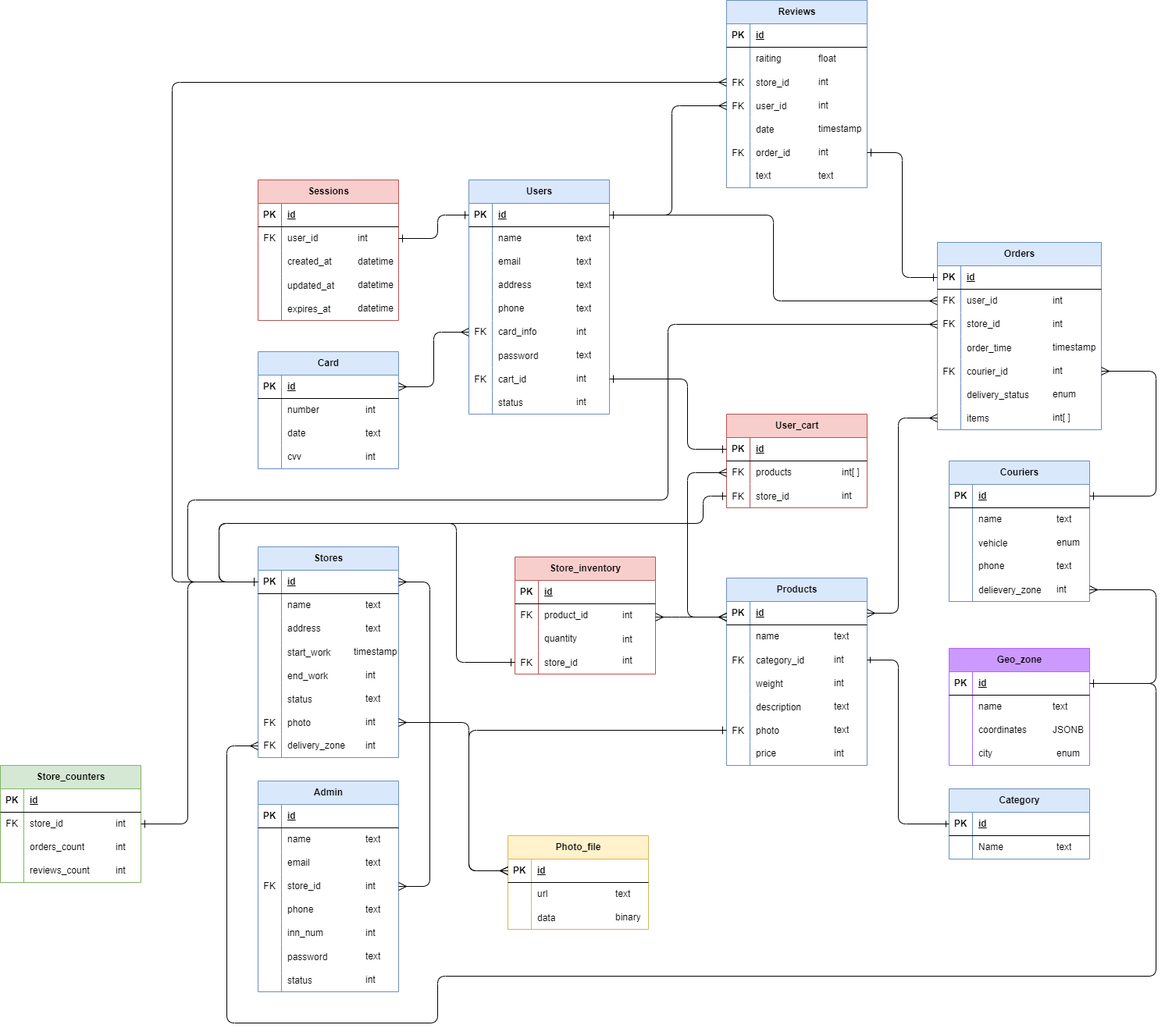
The draw.io diagram Логическая БД DZ5.png in Tovardas/TP_Highload_YandexEda, before a commit. Source tidied: cells renumbered, new cells last; positions are measured from the earlier drawing's top-left corner, leaving out a move shared by most shapes.
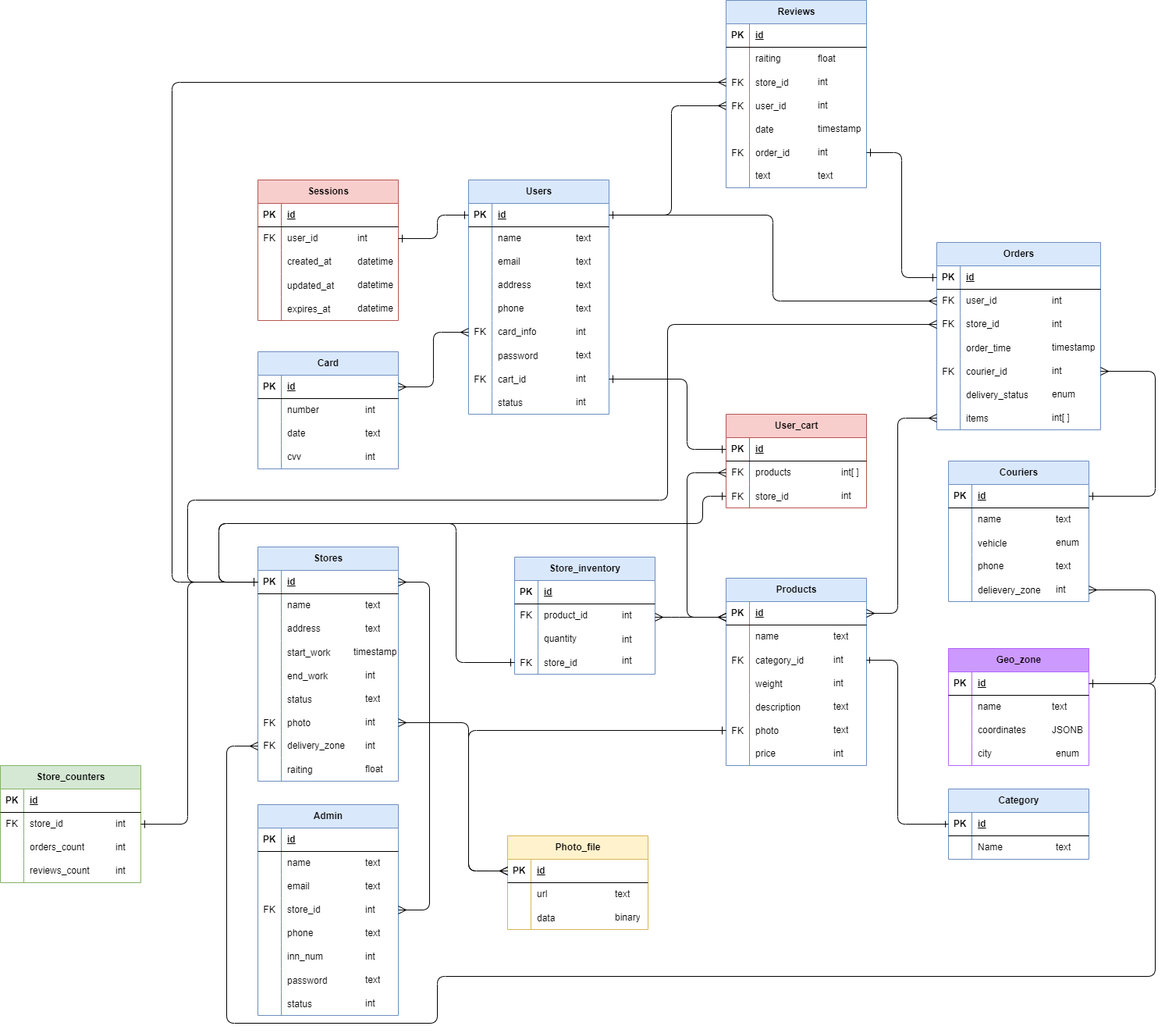
Later version of the same file.

Diff of the diagram source:
```diff
@@ -87,7 +87,7 @@
       <mxGeometry x="30" width="150" height="30" as="geometry" />
     </mxCell>
     <mxCell id="30" value="Stores" style="shape=table;startSize=30;rowLines=0;fontStyle=1;align=center;html=1;fillColor=#dae8fc;strokeColor=#6c8ebf;" parent="1" vertex="1">
-      <mxGeometry x="330" y="700" width="180" height="270" as="geometry" />
+      <mxGeometry x="330" y="700" width="180" height="300" as="geometry" />
     </mxCell>
     <mxCell id="31" style="shape=tableRow;horizontal=0;startSize=0;swimlaneHead=0;swimlaneBody=0;fillColor=none;points=[[0,0.5],[1,0.5]];portConstraint=eastwest;top=0;left=0;right=0;bottom=1;" parent="30" vertex="1">
       <mxGeometry y="30" width="180" height="30" as="geometry" />
@@ -161,6 +161,15 @@
     <mxCell id="54" value="delivery_zone" style="shape=partialRectangle;fillColor=none;top=0;left=0;bottom=0;right=0;align=left;spacingLeft=6;fontStyle=0;overflow=hidden;whiteSpace=wrap;html=1;" parent="52" vertex="1">
       <mxGeometry x="30" width="150" height="30" as="geometry" />
     </mxCell>
+    <mxCell id="343" style="shape=tableRow;horizontal=0;startSize=0;swimlaneHead=0;swimlaneBody=0;fillColor=none;top=0;left=0;right=0;bottom=0;" parent="30" vertex="1">
+      <mxGeometry y="270" width="180" height="30" as="geometry" />
+    </mxCell>
+    <mxCell id="344" style="shape=partialRectangle;fillColor=none;top=0;left=0;bottom=0;right=0;overflow=hidden;" parent="343" vertex="1">
+      <mxGeometry width="30" height="30" as="geometry" />
+    </mxCell>
+    <mxCell id="345" value="raiting" style="shape=partialRectangle;fillColor=none;top=0;left=0;bottom=0;right=0;align=left;spacingLeft=6;overflow=hidden;" parent="343" vertex="1">
+      <mxGeometry x="30" width="150" height="30" as="geometry" />
+    </mxCell>
     <mxCell id="55" value="Products" style="shape=table;startSize=30;rowLines=0;fontStyle=1;align=center;html=1;fillColor=#dae8fc;strokeColor=#6c8ebf;" parent="1" vertex="1">
       <mxGeometry x="930" y="740" width="180" height="240" as="geometry" />
     </mxCell>
@@ -407,7 +416,7 @@
     <mxCell id="136" value="text" style="shape=partialRectangle;fillColor=none;top=0;left=0;bottom=0;right=0;align=left;spacingLeft=6;overflow=hidden;whiteSpace=wrap;html=1;" parent="134" vertex="1">
       <mxGeometry x="30" width="150" height="30" as="geometry" />
     </mxCell>
-    <mxCell id="137" value="Store_inventory" style="shape=table;startSize=30;rowLines=0;fontStyle=1;align=center;html=1;fillColor=#f8cecc;strokeColor=#b85450;" parent="1" vertex="1">
+    <mxCell id="137" value="Store_inventory" style="shape=table;startSize=30;rowLines=0;fontStyle=1;align=center;html=1;fillColor=#dae8fc;strokeColor=#6c8ebf;" parent="1" vertex="1">
       <mxGeometry x="659" y="713" width="180" height="150" as="geometry" />
     </mxCell>
     <mxCell id="138" style="shape=tableRow;horizontal=0;startSize=0;swimlaneHead=0;swimlaneBody=0;fillColor=none;top=0;left=0;right=0;bottom=1;" parent="137" vertex="1">
@@ -641,7 +650,7 @@
       </mxGeometry>
     </mxCell>
     <mxCell id="201" value="Admin" style="shape=table;startSize=30;rowLines=0;fontStyle=1;align=center;html=1;fillColor=#dae8fc;strokeColor=#6c8ebf;" parent="1" vertex="1">
-      <mxGeometry x="330" y="1000" width="180" height="270" as="geometry" />
+      <mxGeometry x="330" y="1030" width="180" height="270" as="geometry" />
     </mxCell>
     <mxCell id="202" style="shape=tableRow;horizontal=0;startSize=0;swimlaneHead=0;swimlaneBody=0;fillColor=none;top=0;left=0;right=0;bottom=1;" parent="201" vertex="1">
       <mxGeometry y="30" width="180" height="30" as="geometry" />
@@ -718,7 +727,7 @@
     <mxCell id="226" style="edgeStyle=orthogonalEdgeStyle;rounded=1;jettySize=auto;html=1;fontSize=12;startSize=8;endSize=8;endArrow=ERmany;endFill=0;startArrow=ERmany;startFill=0;curved=0;" parent="1" edge="1" source="211" target="31">
       <mxGeometry relative="1" as="geometry">
         <Array as="points">
-          <mxPoint x="550" y="1135" />
+          <mxPoint x="550" y="1165" />
           <mxPoint x="550" y="745" />
         </Array>
       </mxGeometry>
@@ -1084,25 +1093,25 @@
       <mxGeometry x="730" y="500" width="50" height="30" as="geometry" />
     </mxCell>
     <mxCell id="329" value="text" style="shape=partialRectangle;fillColor=none;top=0;left=0;bottom=0;right=0;align=left;spacingLeft=6;overflow=hidden;whiteSpace=wrap;html=1;" parent="1" vertex="1">
-      <mxGeometry x="460" y="1060" width="50" height="30" as="geometry" />
+      <mxGeometry x="460" y="1090" width="50" height="30" as="geometry" />
     </mxCell>
     <mxCell id="330" value="text" style="shape=partialRectangle;fillColor=none;top=0;left=0;bottom=0;right=0;align=left;spacingLeft=6;overflow=hidden;whiteSpace=wrap;html=1;" parent="1" vertex="1">
-      <mxGeometry x="460" y="1090" width="50" height="30" as="geometry" />
+      <mxGeometry x="460" y="1120" width="50" height="30" as="geometry" />
     </mxCell>
     <mxCell id="331" value="int" style="shape=partialRectangle;fillColor=none;top=0;left=0;bottom=0;right=0;align=left;spacingLeft=6;overflow=hidden;whiteSpace=wrap;html=1;" parent="1" vertex="1">
-      <mxGeometry x="460" y="1120" width="50" height="30" as="geometry" />
+      <mxGeometry x="460" y="1150" width="50" height="30" as="geometry" />
     </mxCell>
     <mxCell id="332" value="text" style="shape=partialRectangle;fillColor=none;top=0;left=0;bottom=0;right=0;align=left;spacingLeft=6;overflow=hidden;whiteSpace=wrap;html=1;" parent="1" vertex="1">
-      <mxGeometry x="460" y="1150" width="50" height="30" as="geometry" />
+      <mxGeometry x="460" y="1180" width="50" height="30" as="geometry" />
     </mxCell>
     <mxCell id="333" value="int" style="shape=partialRectangle;fillColor=none;top=0;left=0;bottom=0;right=0;align=left;spacingLeft=6;overflow=hidden;whiteSpace=wrap;html=1;" parent="1" vertex="1">
-      <mxGeometry x="460" y="1180" width="50" height="30" as="geometry" />
+      <mxGeometry x="460" y="1210" width="50" height="30" as="geometry" />
     </mxCell>
     <mxCell id="334" value="text" style="shape=partialRectangle;fillColor=none;top=0;left=0;bottom=0;right=0;align=left;spacingLeft=6;overflow=hidden;whiteSpace=wrap;html=1;" parent="1" vertex="1">
-      <mxGeometry x="460" y="1210" width="50" height="30" as="geometry" />
+      <mxGeometry x="460" y="1240" width="50" height="30" as="geometry" />
     </mxCell>
     <mxCell id="335" value="int" style="shape=partialRectangle;fillColor=none;top=0;left=0;bottom=0;right=0;align=left;spacingLeft=6;overflow=hidden;whiteSpace=wrap;html=1;" parent="1" vertex="1">
-      <mxGeometry x="460" y="1240" width="50" height="30" as="geometry" />
+      <mxGeometry x="460" y="1270" width="50" height="30" as="geometry" />
     </mxCell>
     <mxCell id="336" value="int" style="shape=partialRectangle;fillColor=none;top=0;left=0;bottom=0;right=0;align=left;spacingLeft=6;overflow=hidden;whiteSpace=wrap;html=1;" parent="1" vertex="1">
       <mxGeometry x="140" y="1100" width="40" height="30" as="geometry" />
@@ -1125,5 +1134,8 @@
     <mxCell id="342" value="int" style="shape=partialRectangle;fillColor=none;top=0;left=0;bottom=0;right=0;align=left;spacingLeft=6;overflow=hidden;whiteSpace=wrap;html=1;" parent="1" vertex="1">
       <mxGeometry x="460" y="570" width="50" height="30" as="geometry" />
     </mxCell>
+    <mxCell id="346" value="float" style="shape=partialRectangle;fillColor=none;top=0;left=0;bottom=0;right=0;align=left;spacingLeft=6;overflow=hidden;whiteSpace=wrap;html=1;" parent="1" vertex="1">
+      <mxGeometry x="460" y="970" width="50" height="30" as="geometry" />
+    </mxCell>
   </root>
 </mxGraphModel>
```
